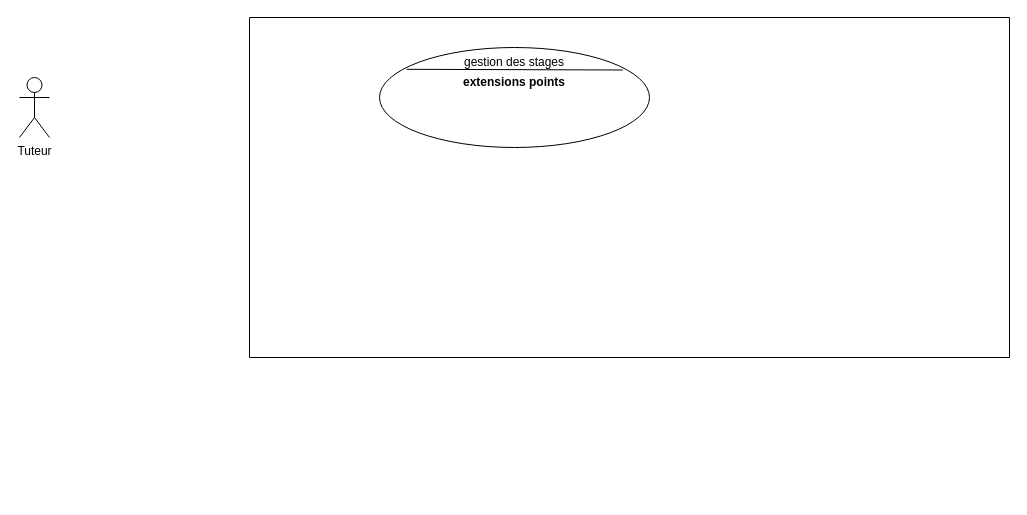
Above: public/assets/Diagramme sans nom.drawio in A2blackMZ/Sams-Dine-ALIDOU (draw.io), before the change. Source tidied: cells renumbered, new cells numbered last; positions are measured from the earlier drawing's top-left corner, leaving out a move shared by most shapes. Both pictures are drawn from the tidied source at 100%, with x=0, y=0 at pixel (19, 17).
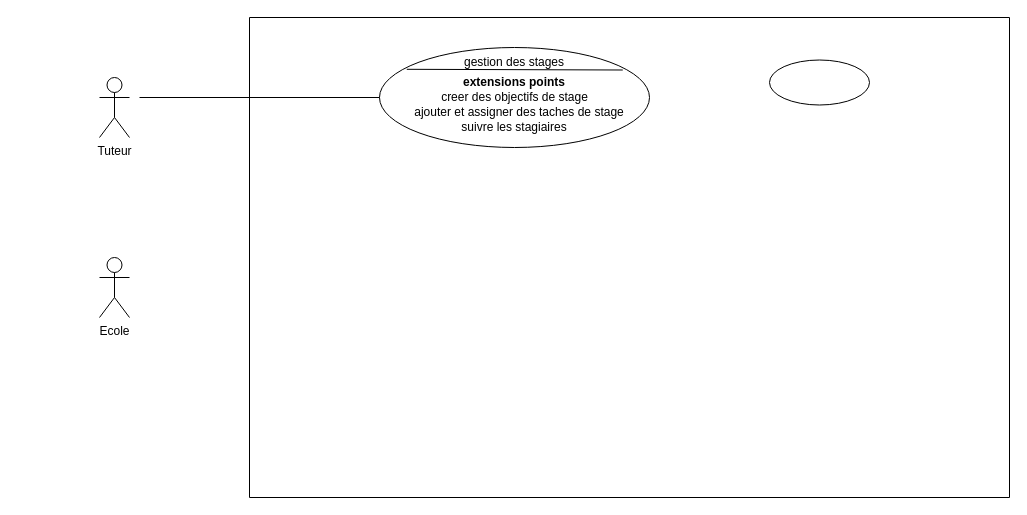
The same page after the edit.

Commit message (it also covers changes not shown here):
Mettre à jour Diagramme sans nom.drawio

Change to the diagram source:
```diff
@@
 <mxGraphModel>
   <root>
     <mxCell id="0" />
     <mxCell id="1" parent="0" />
     <mxCell id="2" value="Tuteur" style="shape=umlActor;verticalLabelPosition=bottom;verticalAlign=top;html=1;" parent="1" vertex="1">
-      <mxGeometry y="60" width="30" height="60" as="geometry" />
+      <mxGeometry x="80" y="60" width="30" height="60" as="geometry" />
     </mxCell>
-    <mxCell id="3" style="swimlane;startSize=0;" parent="1" vertex="1">
-      <mxGeometry x="230" width="760" height="340" as="geometry" />
+    <mxCell id="3" value="&#10;" style="swimlane;startSize=0;" parent="1" vertex="1">
+      <mxGeometry x="230" width="760" height="480" as="geometry" />
     </mxCell>
     <mxCell id="4" style="ellipse;whiteSpace=wrap;html=1;" parent="3" vertex="1">
       <mxGeometry x="130" y="30" width="270" height="100" as="geometry" />
     </mxCell>
     <mxCell id="5" style="endArrow=none;html=1;rounded=0;entryX=0.901;entryY=0.225;entryDx=0;entryDy=0;entryPerimeter=0;exitX=0.101;exitY=0.218;exitDx=0;exitDy=0;exitPerimeter=0;" parent="3" edge="1" source="4" target="4">
       <mxGeometry relative="1" as="geometry" />
     </mxCell>
     <mxCell id="6" value="gestion des stages" style="text;html=1;align=center;verticalAlign=middle;whiteSpace=wrap;rounded=0;" parent="3" vertex="1">
       <mxGeometry x="210" y="30" width="110" height="30" as="geometry" />
     </mxCell>
     <mxCell id="7" value="&lt;b&gt;extensions points&lt;/b&gt;" style="text;html=1;align=center;verticalAlign=middle;whiteSpace=wrap;rounded=0;" parent="3" vertex="1">
       <mxGeometry x="210" y="50" width="110" height="30" as="geometry" />
     </mxCell>
+    <mxCell id="8" value="creer des objectifs de stage" style="text;html=1;align=center;verticalAlign=middle;whiteSpace=wrap;rounded=0;" parent="3" vertex="1">
+      <mxGeometry x="173.8" y="65" width="182.5" height="30" as="geometry" />
+    </mxCell>
+    <mxCell id="9" value="ajouter et assigner des taches de stage" style="text;html=1;align=center;verticalAlign=middle;whiteSpace=wrap;rounded=0;" parent="3" vertex="1">
+      <mxGeometry x="160" y="80" width="220" height="30" as="geometry" />
+    </mxCell>
+    <mxCell id="10" value="suivre les stagiaires" style="text;html=1;align=center;verticalAlign=middle;whiteSpace=wrap;rounded=0;" parent="3" vertex="1">
+      <mxGeometry x="200" y="95" width="130" height="30" as="geometry" />
+    </mxCell>
+    <mxCell id="11" style="ellipse;whiteSpace=wrap;html=1;" parent="3" vertex="1">
+      <mxGeometry x="520" y="42.5" width="100" height="45" as="geometry" />
+    </mxCell>
+    <mxCell id="12" value="Ecole" style="shape=umlActor;verticalLabelPosition=bottom;verticalAlign=top;html=1;" parent="1" vertex="1">
+      <mxGeometry x="80" y="240" width="30" height="60" as="geometry" />
+    </mxCell>
+    <mxCell id="13" style="endArrow=none;html=1;rounded=0;" parent="1" edge="1">
+      <mxGeometry relative="1" as="geometry">
+        <mxPoint x="120" y="80" as="sourcePoint" />
+        <mxPoint x="360" y="80" as="targetPoint" />
+      </mxGeometry>
+    </mxCell>
   </root>
 </mxGraphModel>
```
